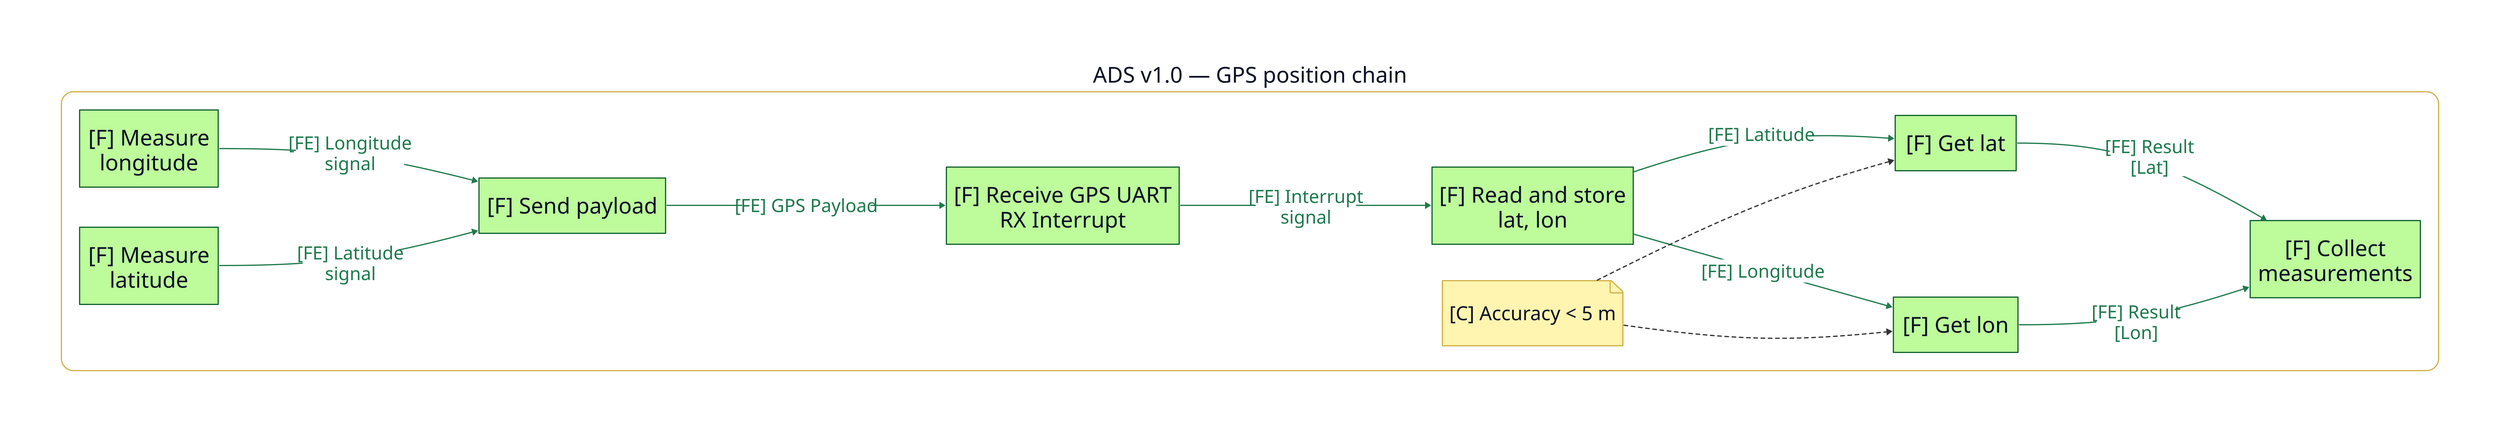
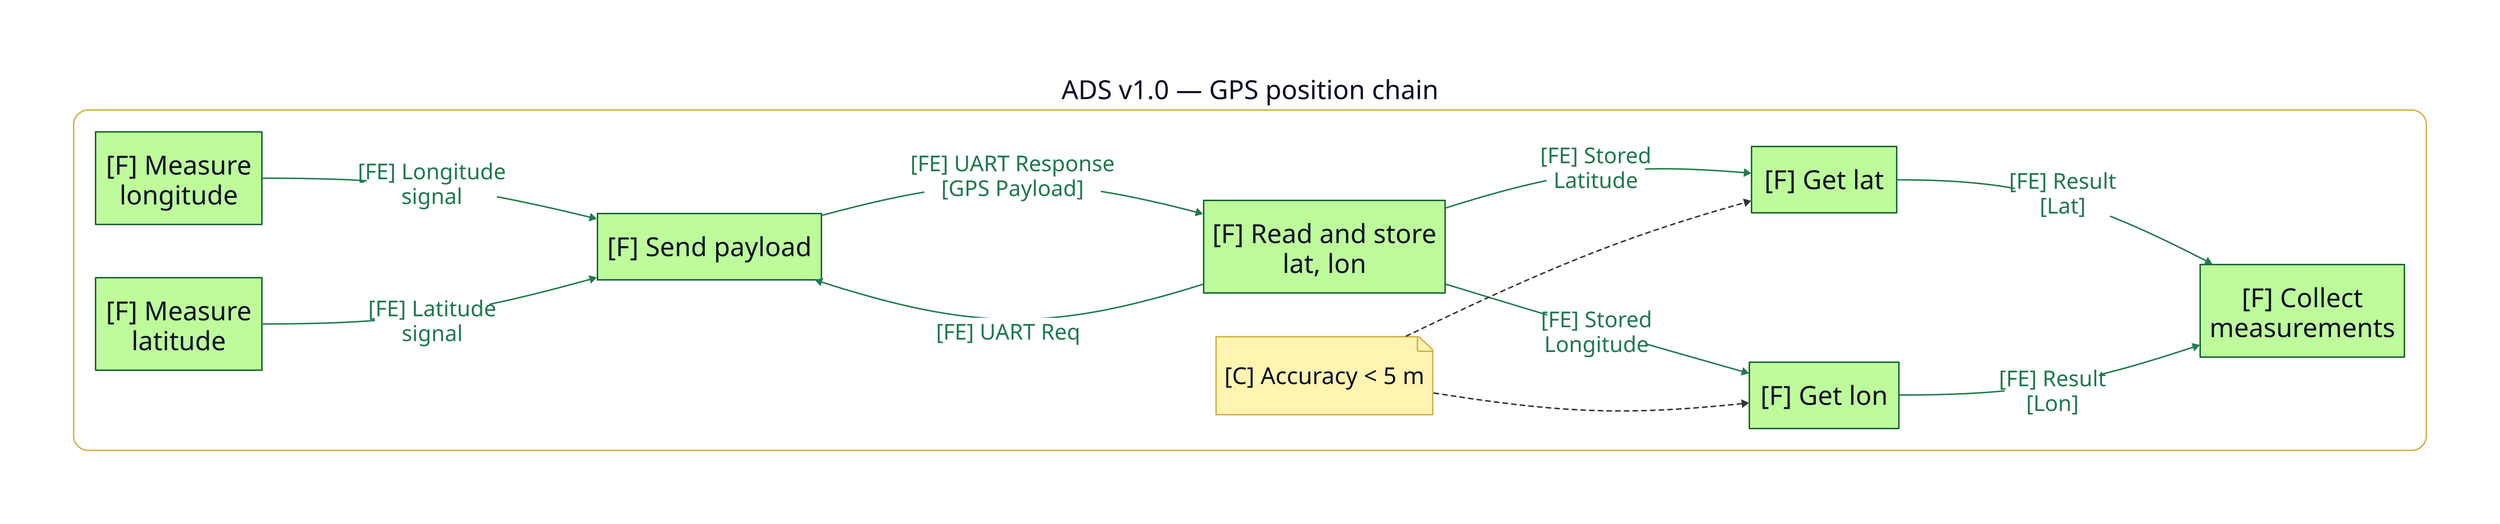
vars: {
  d2-config: {
    layout-engine: elk
  }
}

- # Functional chain: GPS position acquisition and delivery to OBCC
+ # Functional chain: GPS position polling over UART and delivery to OBCC
direction: right

classes: {
  func: {
    shape: rectangle
    style: { fill: "#BDFB9B"; stroke: "#166534"; stroke-width: 2; font-size: 36 }
  }
  lc: {
    style: {
      fill: "#A9C7E6"; stroke: "#5B65C9"; stroke-width: 2
      border-radius: 20; font-size: 40
    }
  }
  pc: {
    style: { fill: "#FFF8BF"; stroke: "#D1B24A"; stroke-width: 2; font-size: 40 }
  }
  sys: {
    style: { fill: "#E6E6E6"; stroke: "#9A9A9A"; stroke-width: 2; font-size: 48 }
  }
  ea: {
    shape: rectangle
    style: {
      fill: "#BFEAF4"; stroke: "#5B65C9"; stroke-width: 2
      border-radius: 20; font-size: 40
    }
  }
  note: { style: { fill: "#FFF5B0"; stroke: "#D1B24A"; font-size: 32 } }
  chain: {
    style: {
      fill: "#FFFFFF"; stroke: "#D1B24A"; stroke-width: 2
      border-radius: 20; font-size: 36
    }
  }
  fe:   { style: { stroke: "#1F7A4D"; font-color: "#1F7A4D"; stroke-width: 2; font-size: 30 } }
  ce:   { style: { stroke: "#5B65C9"; font-color: "#5B65C9"; stroke-width: 2; font-size: 30 } }
  pl:   { style: { stroke: "#E11D28"; font-color: "#E11D28"; stroke-width: 2; font-size: 30 } }
  cstr: { style: { stroke: "#333333"; stroke-dash: 3; font-size: 26 } }
}

chain: "ADS v1.0 — GPS position chain" {
  class: chain
  direction: right

  measure_longitude: "[F] Measure\nlongitude" { class: func }
  measure_latitude: "[F] Measure\nlatitude" { class: func }
  send_payload: "[F] Send payload" { class: func }
-   receive_gps_uart_rx_interrupt: "[F] Receive GPS UART\nRX Interrupt" { class: func }
  read_store_lat_lon: "[F] Read and store\nlat, lon" { class: func }
  get_lat: "[F] Get lat" { class: func }
  get_lon: "[F] Get lon" { class: func }
  collect_measurements: "[F] Collect\nmeasurements" { class: func }

  note_accuracy_position: "[C] Accuracy < 5 m" {
    class: note
    shape: page
  }
}

chain.measure_longitude -> chain.send_payload: "[FE] Longitude\nsignal" { class: fe }
chain.measure_latitude -> chain.send_payload: "[FE] Latitude\nsignal" { class: fe }
- chain.send_payload -> chain.receive_gps_uart_rx_interrupt: "[FE] GPS Payload" { class: fe }
- chain.receive_gps_uart_rx_interrupt -> chain.read_store_lat_lon: "[FE] Interrupt\nsignal" { class: fe }
- chain.read_store_lat_lon -> chain.get_lat: "[FE] Latitude" { class: fe }
- chain.read_store_lat_lon -> chain.get_lon: "[FE] Longitude" { class: fe }
+ chain.read_store_lat_lon -> chain.send_payload: "[FE] UART Req" { class: fe }
+ chain.send_payload -> chain.read_store_lat_lon: "[FE] UART Response\n[GPS Payload]" { class: fe }
+ chain.read_store_lat_lon -> chain.get_lat: "[FE] Stored\nLatitude" { class: fe }
+ chain.read_store_lat_lon -> chain.get_lon: "[FE] Stored\nLongitude" { class: fe }
chain.get_lat -> chain.collect_measurements: "[FE] Result\n[Lat]" { class: fe }
chain.get_lon -> chain.collect_measurements: "[FE] Result\n[Lon]" { class: fe }

chain.note_accuracy_position -> chain.get_lat { class: cstr }
chain.note_accuracy_position -> chain.get_lon { class: cstr }
